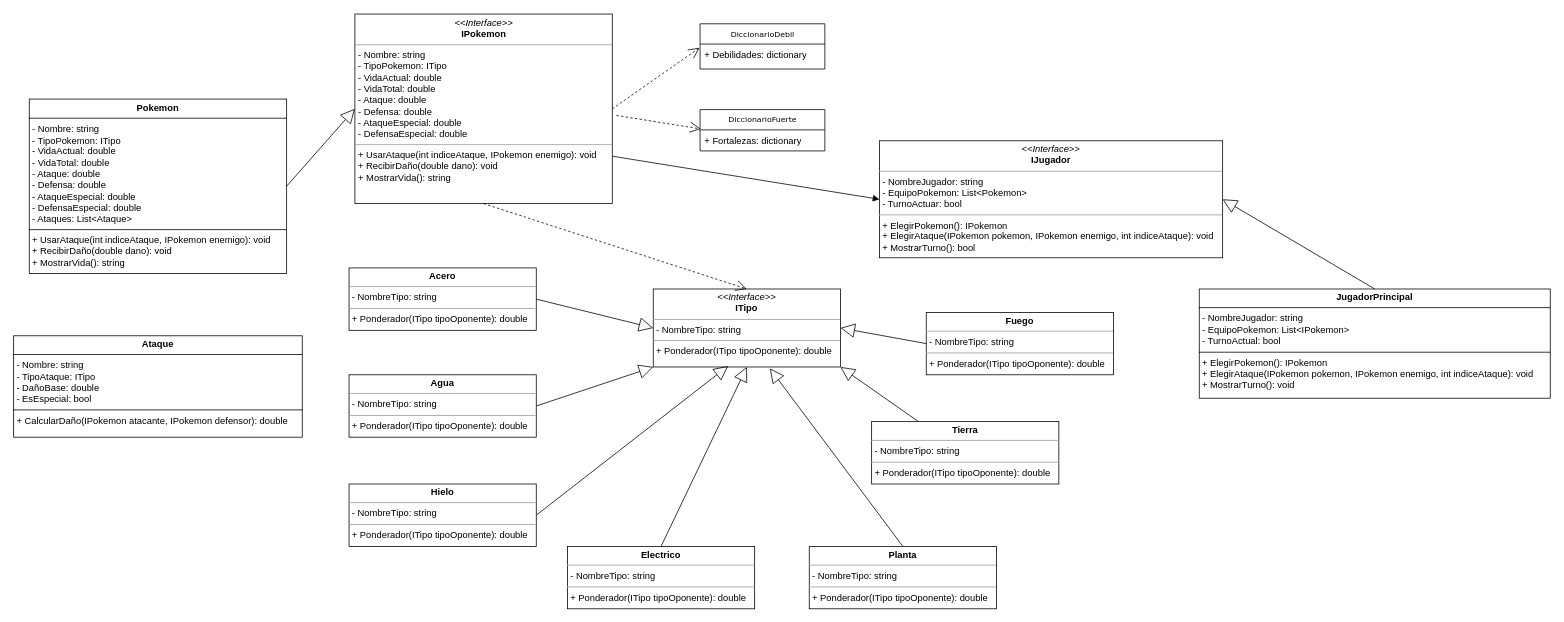
The draw.io diagram docs/Diagrama Primera Entrega.drawio in ucudal/pii_2024_2_equipo16, before the edit. Source tidied: cells renumbered, new cells numbered last; positions are measured from the earlier drawing's top-left corner, leaving out a move shared by most shapes. Both pictures are drawn from the tidied source at 78%, with x=0, y=0 at pixel (13, 14).
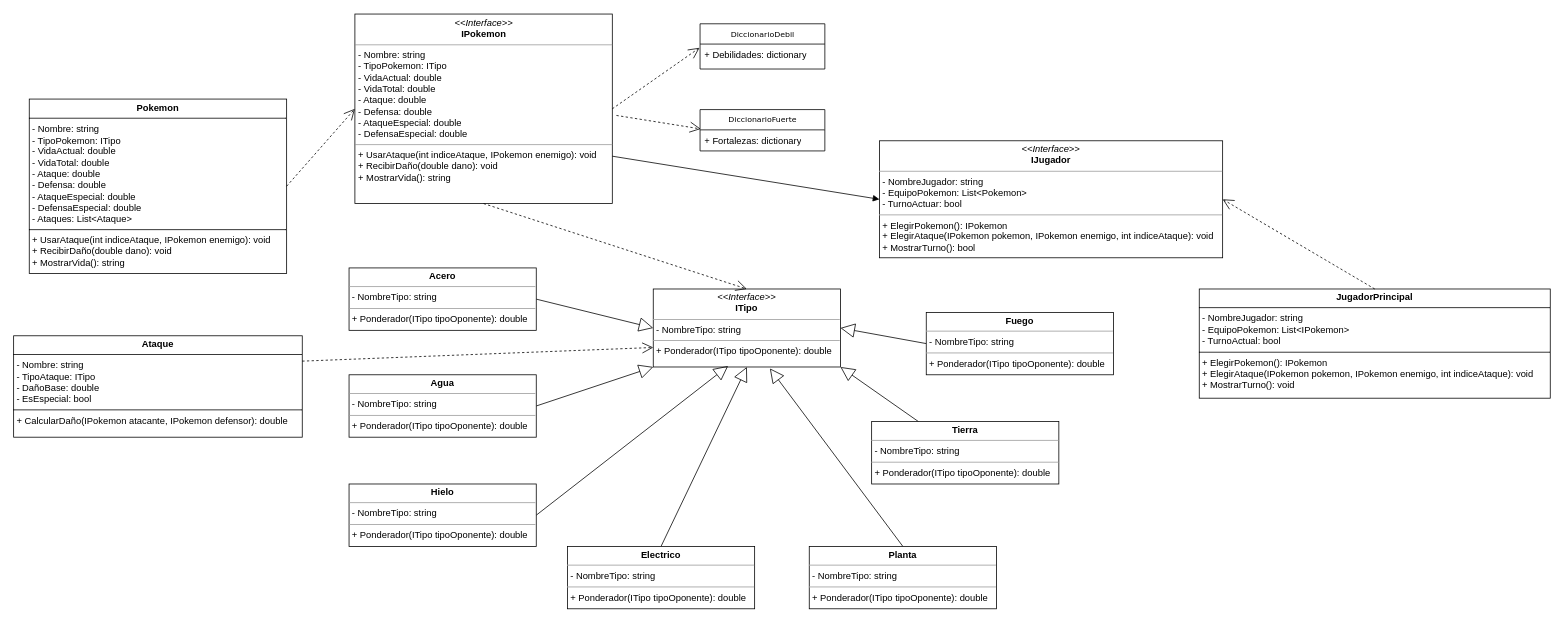
After the change.

Commit message (it also covers changes not shown here):
Flechas UML y eliminé interfaces de CRC

The change refers to these unchanged cells:
```xml
<mxCell id="6" value="&lt;p style=&quot;margin:0px;margin-top:4px;text-align:center;&quot;&gt;&lt;i&gt;&amp;lt;&amp;lt;Interface&amp;gt;&amp;gt;&lt;/i&gt;&lt;br&gt;&lt;b&gt;IJugador&lt;/b&gt;&lt;/p&gt;&lt;hr size=&quot;1&quot;&gt;&lt;p style=&quot;margin:0px;margin-left:4px;&quot;&gt;- NombreJugador: string&lt;br&gt;- EquipoPokemon: List&amp;lt;Pokemon&amp;gt;&lt;/p&gt;&lt;p style=&quot;margin:0px;margin-left:4px;&quot;&gt;- TurnoActuar: bool&lt;/p&gt;&lt;hr size=&quot;1&quot;&gt;&lt;p style=&quot;margin:0px;margin-left:4px;&quot;&gt;+ ElegirPokemon(): IPokemon&lt;br&gt;+ ElegirAtaque(&lt;span style=&quot;text-wrap: wrap; background-color: initial;&quot;&gt;IPokemon pokemon, IPokemon enemigo, int indiceAtaque&lt;/span&gt;&lt;span style=&quot;background-color: initial;&quot;&gt;): void&lt;/span&gt;&lt;/p&gt;&lt;p style=&quot;margin:0px;margin-left:4px;&quot;&gt;+ MostrarTurno(): bool&lt;/p&gt;" style="verticalAlign=top;align=left;overflow=fill;fontSize=12;fontFamily=Helvetica;html=1;rounded=0;shadow=0;comic=0;labelBackgroundColor=none;strokeWidth=1;" parent="1" vertex="1">
  <mxGeometry x="1110" y="162" width="440" height="150" as="geometry" />
</mxCell>
<mxCell id="7" value="&lt;p style=&quot;margin:0px;margin-top:4px;text-align:center;&quot;&gt;&lt;i&gt;&amp;lt;&amp;lt;Interface&amp;gt;&amp;gt;&lt;/i&gt;&lt;br&gt;&lt;b&gt;IPokemon&lt;/b&gt;&lt;/p&gt;&lt;hr size=&quot;1&quot;&gt;&lt;p style=&quot;margin:0px;margin-left:4px;&quot;&gt;- Nombre: string&lt;br&gt;- TipoPokemon: ITipo&lt;/p&gt;&lt;p style=&quot;margin:0px;margin-left:4px;&quot;&gt;- VidaActual: double&lt;/p&gt;&lt;p style=&quot;margin:0px;margin-left:4px;&quot;&gt;- VidaTotal: double&lt;/p&gt;&lt;p style=&quot;margin:0px;margin-left:4px;&quot;&gt;- Ataque: double&lt;/p&gt;&lt;p style=&quot;margin:0px;margin-left:4px;&quot;&gt;- Defensa: double&lt;/p&gt;&lt;p style=&quot;margin:0px;margin-left:4px;&quot;&gt;- AtaqueEspecial: double&lt;/p&gt;&lt;p style=&quot;margin:0px;margin-left:4px;&quot;&gt;- DefensaEspecial: double&lt;/p&gt;&lt;hr size=&quot;1&quot;&gt;&lt;p style=&quot;margin:0px;margin-left:4px;&quot;&gt;+ UsarAtaque(int indiceAtaque, IPokemon enemigo): void&lt;/p&gt;&lt;p style=&quot;margin:0px;margin-left:4px;&quot;&gt;&lt;span style=&quot;background-color: initial;&quot;&gt;+ RecibirDaño(double dano): void&lt;/span&gt;&lt;br&gt;&lt;/p&gt;&lt;p style=&quot;margin:0px;margin-left:4px;&quot;&gt;+ MostrarVida(): string&lt;/p&gt;" style="verticalAlign=top;align=left;overflow=fill;fontSize=12;fontFamily=Helvetica;html=1;rounded=0;shadow=0;comic=0;labelBackgroundColor=none;strokeWidth=1;" parent="1" vertex="1">
  <mxGeometry x="437.5" y="-0.5" width="330" height="243" as="geometry" />
</mxCell>
<mxCell id="8" value="&lt;p style=&quot;margin:0px;margin-top:4px;text-align:center;&quot;&gt;&lt;i&gt;&amp;lt;&amp;lt;Interface&amp;gt;&amp;gt;&lt;/i&gt;&lt;br&gt;&lt;b&gt;ITipo&lt;/b&gt;&lt;/p&gt;&lt;hr size=&quot;1&quot;&gt;&lt;p style=&quot;margin:0px;margin-left:4px;&quot;&gt;- NombreTipo: string&lt;/p&gt;&lt;hr size=&quot;1&quot;&gt;&lt;p style=&quot;margin:0px;margin-left:4px;&quot;&gt;+ Ponderador(ITipo tipoOponente): double&lt;br&gt;&lt;/p&gt;&lt;div&gt;&lt;br&gt;&lt;/div&gt;" style="verticalAlign=top;align=left;overflow=fill;fontSize=12;fontFamily=Helvetica;html=1;rounded=0;shadow=0;comic=0;labelBackgroundColor=none;strokeWidth=1;" parent="1" vertex="1">
  <mxGeometry x="820" y="352" width="240" height="100" as="geometry" />
</mxCell>
<mxCell id="20" value="&lt;p style=&quot;margin:0px;margin-top:4px;text-align:center;&quot;&gt;&lt;b&gt;JugadorPrincipal&lt;/b&gt;&lt;/p&gt;&lt;hr size=&quot;1&quot; style=&quot;border-style:solid;&quot;&gt;&lt;p style=&quot;margin:0px;margin-left:4px;&quot;&gt;- NombreJugador: string&lt;/p&gt;&lt;p style=&quot;margin:0px;margin-left:4px;&quot;&gt;&lt;span style=&quot;background-color: initial;&quot;&gt;- EquipoPokemon: List&amp;lt;IPokemon&amp;gt;&lt;/span&gt;&lt;/p&gt;&lt;p style=&quot;margin:0px;margin-left:4px;&quot;&gt;- TurnoActual: bool&lt;/p&gt;&lt;hr size=&quot;1&quot; style=&quot;border-style:solid;&quot;&gt;&lt;p style=&quot;margin:0px;margin-left:4px;&quot;&gt;+ ElegirPokemon(): IPokemon&lt;/p&gt;&lt;p style=&quot;margin:0px;margin-left:4px;&quot;&gt;+ ElegirAtaque(IPokemon pokemon, IPokemon enemigo, int indiceAtaque): void&lt;/p&gt;&lt;p style=&quot;margin:0px;margin-left:4px;&quot;&gt;+ MostrarTurno(): void&lt;/p&gt;" style="verticalAlign=top;align=left;overflow=fill;html=1;whiteSpace=wrap;" parent="1" vertex="1">
  <mxGeometry x="1520" y="352" width="450" height="140" as="geometry" />
</mxCell>
<mxCell id="22" value="&lt;p style=&quot;margin:0px;margin-top:4px;text-align:center;&quot;&gt;&lt;b&gt;Pokemon&lt;/b&gt;&lt;/p&gt;&lt;hr size=&quot;1&quot; style=&quot;border-style:solid;&quot;&gt;&lt;p style=&quot;text-wrap: nowrap; margin: 0px 0px 0px 4px;&quot;&gt;- Nombre: string&lt;br&gt;- TipoPokemon: ITipo&lt;/p&gt;&lt;p style=&quot;text-wrap: nowrap; margin: 0px 0px 0px 4px;&quot;&gt;- VidaActual: double&lt;/p&gt;&lt;p style=&quot;text-wrap: nowrap; margin: 0px 0px 0px 4px;&quot;&gt;- VidaTotal: double&lt;/p&gt;&lt;p style=&quot;text-wrap: nowrap; margin: 0px 0px 0px 4px;&quot;&gt;- Ataque: double&lt;/p&gt;&lt;p style=&quot;text-wrap: nowrap; margin: 0px 0px 0px 4px;&quot;&gt;- Defensa: double&lt;/p&gt;&lt;p style=&quot;text-wrap: nowrap; margin: 0px 0px 0px 4px;&quot;&gt;- AtaqueEspecial: double&lt;/p&gt;&lt;p style=&quot;text-wrap: nowrap; margin: 0px 0px 0px 4px;&quot;&gt;- DefensaEspecial: double&lt;/p&gt;&lt;p style=&quot;text-wrap: nowrap; margin: 0px 0px 0px 4px;&quot;&gt;- Ataques: List&amp;lt;Ataque&amp;gt;&lt;/p&gt;&lt;hr size=&quot;1&quot; style=&quot;border-style:solid;&quot;&gt;&lt;p style=&quot;text-wrap: nowrap; margin: 0px 0px 0px 4px;&quot;&gt;+ UsarAtaque(int indiceAtaque, IPokemon enemigo): void&lt;/p&gt;&lt;p style=&quot;text-wrap: nowrap; margin: 0px 0px 0px 4px;&quot;&gt;&lt;span style=&quot;background-color: initial;&quot;&gt;+ RecibirDaño(double dano): void&lt;/span&gt;&lt;br&gt;&lt;/p&gt;&lt;p style=&quot;text-wrap: nowrap; margin: 0px 0px 0px 4px;&quot;&gt;+ MostrarVida(): string&lt;/p&gt;" style="verticalAlign=top;align=left;overflow=fill;html=1;whiteSpace=wrap;" parent="1" vertex="1">
  <mxGeometry x="20" y="108.5" width="330" height="223.5" as="geometry" />
</mxCell>
<mxCell id="23" value="&lt;p style=&quot;margin:0px;margin-top:4px;text-align:center;&quot;&gt;&lt;b&gt;Ataque&lt;/b&gt;&lt;/p&gt;&lt;hr size=&quot;1&quot; style=&quot;border-style:solid;&quot;&gt;&lt;p style=&quot;margin:0px;margin-left:4px;&quot;&gt;- Nombre: string&lt;/p&gt;&lt;p style=&quot;margin:0px;margin-left:4px;&quot;&gt;- TipoAtaque: ITipo&lt;/p&gt;&lt;p style=&quot;margin:0px;margin-left:4px;&quot;&gt;- DañoBase: double&lt;/p&gt;&lt;p style=&quot;margin:0px;margin-left:4px;&quot;&gt;- EsEspecial: bool&lt;/p&gt;&lt;hr size=&quot;1&quot; style=&quot;border-style:solid;&quot;&gt;&lt;p style=&quot;margin:0px;margin-left:4px;&quot;&gt;+ CalcularDaño(IPokemon atacante, IPokemon defensor): double&lt;/p&gt;" style="verticalAlign=top;align=left;overflow=fill;html=1;whiteSpace=wrap;" parent="1" vertex="1">
  <mxGeometry y="412" width="370" height="130" as="geometry" />
</mxCell>
```

The edit, as a diff of the source:
```diff
@@
-    <mxCell id="21" style="endArrow=block;endSize=16;endFill=0;html=1;rounded=0;exitX=0.5;exitY=0;exitDx=0;exitDy=0;entryX=1;entryY=0.5;entryDx=0;entryDy=0;" parent="1" edge="1" source="20" target="6">
-      <mxGeometry relative="1" as="geometry" />
-    </mxCell>
@@
-    <mxCell id="31" style="endArrow=block;endSize=16;endFill=0;html=1;rounded=0;exitX=1;exitY=0.5;exitDx=0;exitDy=0;entryX=0;entryY=0.5;entryDx=0;entryDy=0;" parent="1" edge="1" source="22" target="7">
+    <mxCell id="31" style="endArrow=open;endSize=12;dashed=1;html=1;rounded=0;exitX=1;exitY=0.5;exitDx=0;exitDy=0;entryX=0;entryY=0.5;entryDx=0;entryDy=0;" parent="1" edge="1" source="22" target="7">
       <mxGeometry relative="1" as="geometry" />
     </mxCell>
+    <mxCell id="21" style="endArrow=open;endSize=12;dashed=1;html=1;rounded=0;exitX=0.5;exitY=0;exitDx=0;exitDy=0;entryX=1;entryY=0.5;entryDx=0;entryDy=0;" parent="1" edge="1" source="20" target="6">
+      <mxGeometry relative="1" as="geometry" />
+    </mxCell>
+    <mxCell id="32" style="endArrow=open;endSize=12;dashed=1;html=1;rounded=0;exitX=1;exitY=0.25;exitDx=0;exitDy=0;entryX=0;entryY=0.75;entryDx=0;entryDy=0;" parent="1" edge="1" source="23" target="8">
+      <mxGeometry relative="1" as="geometry" />
+    </mxCell>
```
